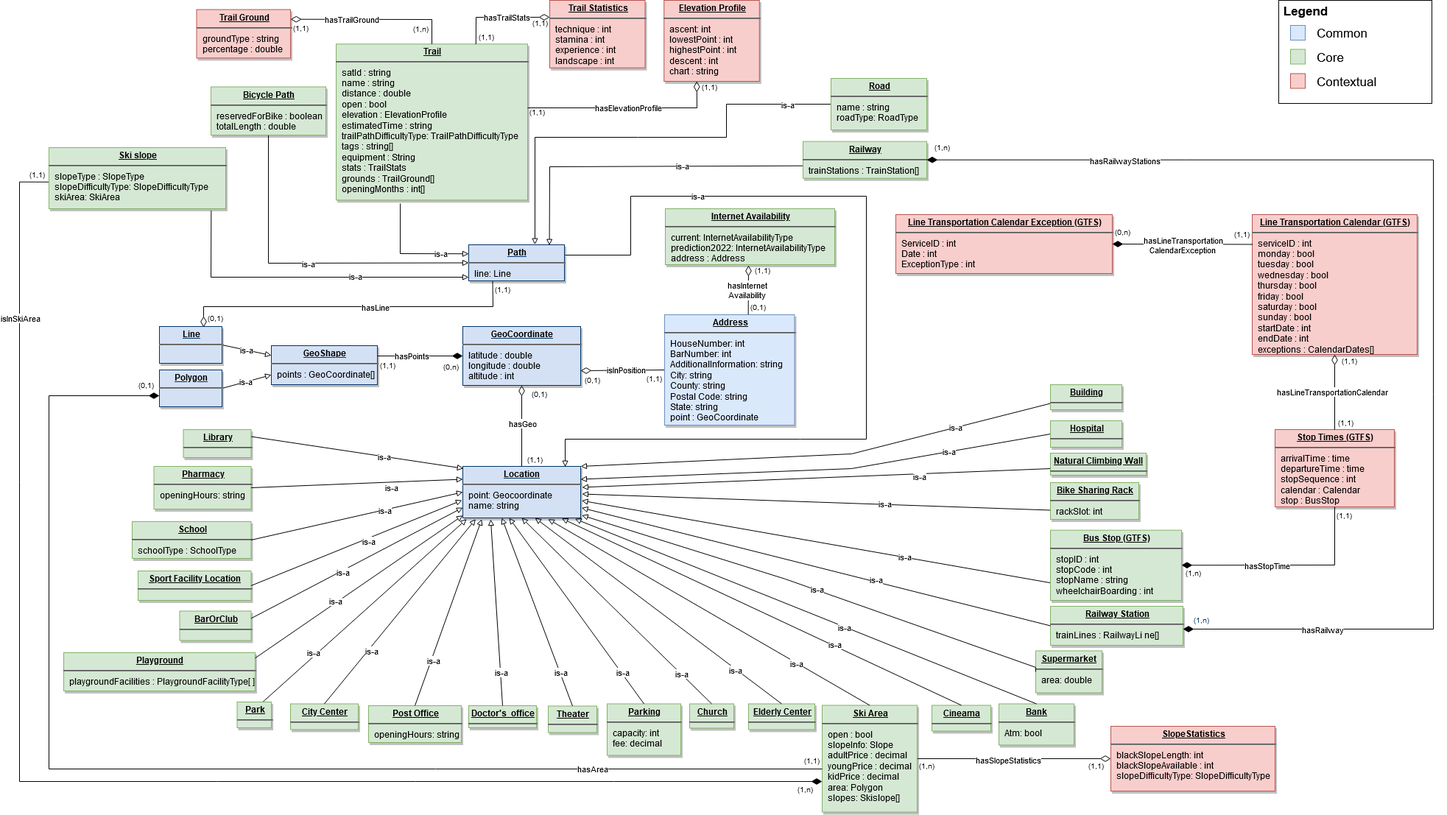
Above: documentation/project report/EER_FormalPhase.png in UNITN-KDI-2020/GeoSpatial-Domain-project (draw.io), before the change. Source tidied: cells renumbered, new cells last; positions are measured from the earlier drawing's top-left corner, leaving out a move shared by most shapes.
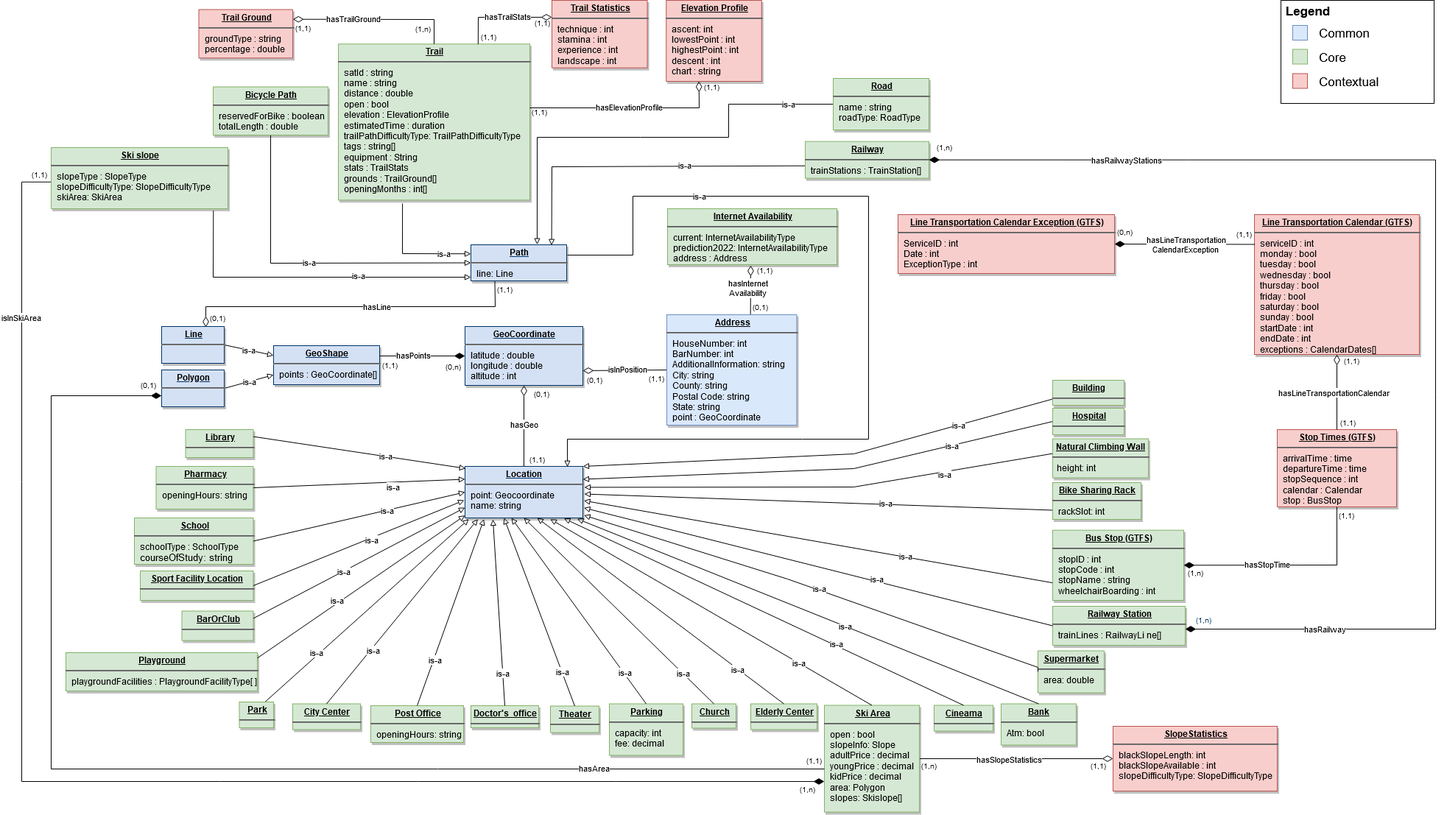
After the change.

The edit, as a diff of the source:
```diff
@@ -53,8 +53,8 @@
     <mxCell id="14" value="&lt;p style=&quot;margin: 0px ; margin-top: 4px ; text-align: center ; text-decoration: underline&quot;&gt;&lt;b&gt;Pharmacy&lt;/b&gt;&lt;/p&gt;&lt;hr&gt;&lt;p style=&quot;margin: 0px ; margin-left: 8px&quot;&gt;openingHours: string&lt;/p&gt;" style="verticalAlign=top;align=left;overflow=fill;fontSize=12;fontFamily=Helvetica;html=1;strokeColor=#82b366;shadow=1;fillColor=#d5e8d4;" parent="1" vertex="1">
       <mxGeometry x="182.5" y="633" width="132" height="58" as="geometry" />
     </mxCell>
-    <mxCell id="15" value="&lt;p style=&quot;margin: 0px ; margin-top: 4px ; text-align: center ; text-decoration: underline&quot;&gt;&lt;b&gt;School&lt;/b&gt;&lt;/p&gt;&lt;hr&gt;&lt;p style=&quot;margin: 0px ; margin-left: 8px&quot;&gt;schoolType : SchoolType&lt;/p&gt;" style="verticalAlign=top;align=left;overflow=fill;fontSize=12;fontFamily=Helvetica;html=1;strokeColor=#82b366;shadow=1;fillColor=#d5e8d4;" parent="1" vertex="1">
-      <mxGeometry x="153" y="708" width="161.5" height="50" as="geometry" />
+    <mxCell id="15" value="&lt;p style=&quot;margin: 0px ; margin-top: 4px ; text-align: center ; text-decoration: underline&quot;&gt;&lt;b&gt;School&lt;/b&gt;&lt;/p&gt;&lt;hr&gt;&lt;p style=&quot;margin: 0px ; margin-left: 8px&quot;&gt;schoolType : SchoolType&lt;/p&gt;&lt;p style=&quot;margin: 0px ; margin-left: 8px&quot;&gt;&lt;span style=&quot;font-size: 13px ; color: #000000 ; font-weight: normal ; text-decoration: none ; font-family: &amp;#34;arial&amp;#34; ; font-style: normal&quot;&gt;courseOfStudy: string&lt;br&gt;&lt;/span&gt;&lt;/p&gt;" style="verticalAlign=top;align=left;overflow=fill;fontSize=12;fontFamily=Helvetica;html=1;strokeColor=#82b366;shadow=1;fillColor=#d5e8d4;" parent="1" vertex="1">
+      <mxGeometry x="153" y="703" width="161.5" height="63" as="geometry" />
     </mxCell>
     <mxCell id="16" value="&lt;p style=&quot;margin: 0px ; margin-top: 4px ; text-align: center ; text-decoration: underline&quot;&gt;&lt;b&gt;Sport Facility Location&lt;br&gt;&lt;/b&gt;&lt;/p&gt;&lt;hr&gt;&lt;p style=&quot;margin: 0px ; margin-left: 8px&quot;&gt;&lt;br&gt;&lt;/p&gt;" style="verticalAlign=top;align=left;overflow=fill;fontSize=12;fontFamily=Helvetica;html=1;strokeColor=#82b366;shadow=1;fillColor=#d5e8d4;" parent="1" vertex="1">
       <mxGeometry x="161" y="775" width="153.5" height="40" as="geometry" />
@@ -70,7 +70,7 @@
       </mxGeometry>
     </mxCell>
     <mxCell id="19" value="&lt;p style=&quot;margin: 0px ; margin-top: 4px ; text-align: center ; text-decoration: underline&quot;&gt;&lt;b&gt;Hospital&lt;/b&gt;&lt;/p&gt;&lt;hr&gt;" style="verticalAlign=top;align=left;overflow=fill;fontSize=12;fontFamily=Helvetica;html=1;strokeColor=#82b366;shadow=1;fillColor=#d5e8d4;" parent="1" vertex="1">
-      <mxGeometry x="1400" y="571" width="97" height="36" as="geometry" />
+      <mxGeometry x="1400" y="554" width="97" height="36" as="geometry" />
     </mxCell>
     <mxCell id="20" value="&lt;p style=&quot;margin: 0px ; margin-top: 4px ; text-align: center ; text-decoration: underline&quot;&gt;&lt;b&gt;Playground&lt;/b&gt;&lt;/p&gt;&lt;hr&gt;&lt;p style=&quot;margin: 0px ; margin-left: 8px&quot;&gt;playgroundFacilities : PlaygroundFacilityType[ ]&lt;/p&gt;" style="verticalAlign=top;align=left;overflow=fill;fontSize=12;fontFamily=Helvetica;html=1;strokeColor=#82b366;shadow=1;fillColor=#d5e8d4;" parent="1" vertex="1">
       <mxGeometry x="60" y="886" width="260" height="52" as="geometry" />
@@ -95,7 +95,7 @@
         </Array>
       </mxGeometry>
     </mxCell>
-    <mxCell id="25" value="&lt;p style=&quot;margin: 0px ; margin-top: 4px ; text-align: center ; text-decoration: underline&quot;&gt;&lt;b&gt;Trail &lt;br&gt;&lt;/b&gt;&lt;/p&gt;&lt;hr&gt;&lt;p style=&quot;margin: 0px ; margin-left: 8px&quot;&gt;satId : string&lt;/p&gt;&lt;p style=&quot;margin: 0px ; margin-left: 8px&quot;&gt;name : string&lt;/p&gt;&lt;p style=&quot;margin: 0px ; margin-left: 8px&quot;&gt;distance : double&lt;/p&gt;&lt;p style=&quot;margin: 0px ; margin-left: 8px&quot;&gt;open : bool&lt;/p&gt;&lt;p style=&quot;margin: 0px ; margin-left: 8px&quot;&gt;elevation : ElevationProfile&lt;/p&gt;&lt;p style=&quot;margin: 0px ; margin-left: 8px&quot;&gt;estimatedTime : string&lt;br&gt;&lt;/p&gt;&lt;p style=&quot;margin: 0px ; margin-left: 8px&quot;&gt;trailPathDifficultyType: TrailPathDifficultyType&lt;br&gt;&lt;/p&gt;&lt;p style=&quot;margin: 0px ; margin-left: 8px&quot;&gt;tags : string[]&lt;/p&gt;&lt;p style=&quot;margin: 0px ; margin-left: 8px&quot;&gt;equipment : String&lt;/p&gt;&lt;p style=&quot;margin: 0px ; margin-left: 8px&quot;&gt;stats : TrailStats&lt;/p&gt;&lt;p style=&quot;margin: 0px ; margin-left: 8px&quot;&gt;grounds : TrailGround[]&lt;/p&gt;&lt;p style=&quot;margin: 0px ; margin-left: 8px&quot;&gt;openingMonths : int[]&lt;/p&gt;" style="verticalAlign=top;align=left;overflow=fill;fontSize=12;fontFamily=Helvetica;html=1;strokeColor=#82b366;shadow=1;fillColor=#d5e8d4;" parent="1" vertex="1">
+    <mxCell id="25" value="&lt;p style=&quot;margin: 0px ; margin-top: 4px ; text-align: center ; text-decoration: underline&quot;&gt;&lt;b&gt;Trail &lt;br&gt;&lt;/b&gt;&lt;/p&gt;&lt;hr&gt;&lt;p style=&quot;margin: 0px ; margin-left: 8px&quot;&gt;satId : string&lt;/p&gt;&lt;p style=&quot;margin: 0px ; margin-left: 8px&quot;&gt;name : string&lt;/p&gt;&lt;p style=&quot;margin: 0px ; margin-left: 8px&quot;&gt;distance : double&lt;/p&gt;&lt;p style=&quot;margin: 0px ; margin-left: 8px&quot;&gt;open : bool&lt;/p&gt;&lt;p style=&quot;margin: 0px ; margin-left: 8px&quot;&gt;elevation : ElevationProfile&lt;/p&gt;&lt;p style=&quot;margin: 0px ; margin-left: 8px&quot;&gt;estimatedTime : duration&lt;br&gt;&lt;/p&gt;&lt;p style=&quot;margin: 0px ; margin-left: 8px&quot;&gt;trailPathDifficultyType: TrailPathDifficultyType&lt;br&gt;&lt;/p&gt;&lt;p style=&quot;margin: 0px ; margin-left: 8px&quot;&gt;tags : string[]&lt;/p&gt;&lt;p style=&quot;margin: 0px ; margin-left: 8px&quot;&gt;equipment : String&lt;/p&gt;&lt;p style=&quot;margin: 0px ; margin-left: 8px&quot;&gt;stats : TrailStats&lt;/p&gt;&lt;p style=&quot;margin: 0px ; margin-left: 8px&quot;&gt;grounds : TrailGround[]&lt;/p&gt;&lt;p style=&quot;margin: 0px ; margin-left: 8px&quot;&gt;openingMonths : int[]&lt;/p&gt;" style="verticalAlign=top;align=left;overflow=fill;fontSize=12;fontFamily=Helvetica;html=1;strokeColor=#82b366;shadow=1;fillColor=#d5e8d4;" parent="1" vertex="1">
       <mxGeometry x="430" y="59.3" width="260" height="212" as="geometry" />
     </mxCell>
     <mxCell id="26" value="&lt;p style=&quot;margin: 0px ; margin-top: 4px ; text-align: center ; text-decoration: underline&quot;&gt;&lt;b&gt;City Center&lt;/b&gt;&lt;/p&gt;&lt;hr&gt;&lt;p style=&quot;margin: 0px ; margin-left: 8px&quot;&gt;&lt;br&gt;&lt;/p&gt;" style="verticalAlign=top;align=left;overflow=fill;fontSize=12;fontFamily=Helvetica;html=1;strokeColor=#82b366;shadow=1;fillColor=#d5e8d4;" parent="1" vertex="1">
@@ -221,17 +221,17 @@
     <mxCell id="56" style="edgeStyle=none;rounded=0;jettySize=auto;html=1;exitX=0.002;exitY=0.378;exitDx=0;exitDy=0;endArrow=block;endFill=0;exitPerimeter=0;entryX=1.012;entryY=0.406;entryDx=0;entryDy=0;entryPerimeter=0;" parent="1" edge="1" source="58" target="11">
       <mxGeometry relative="1" as="geometry">
         <Array as="points">
-          <mxPoint x="1400" y="636" />
+          <mxPoint x="1130" y="661" />
         </Array>
       </mxGeometry>
     </mxCell>
     <mxCell id="57" value="is-a" style="edgeLabel;html=1;align=center;verticalAlign=middle;" parent="56" vertex="1">
       <mxGeometry x="-0.28" y="-2" relative="1" as="geometry">
-        <mxPoint x="44" y="2" as="offset" />
+        <mxPoint x="80.9" y="-8.9" as="offset" />
       </mxGeometry>
     </mxCell>
-    <mxCell id="58" value="&lt;p style=&quot;margin: 0px ; margin-top: 4px ; text-align: center ; text-decoration: underline&quot;&gt;&lt;b&gt;&lt;u&gt;Natural Climbing Wall&lt;br&gt;&lt;/u&gt;&lt;/b&gt;&lt;/p&gt;&lt;hr&gt;&lt;p style=&quot;margin: 0px ; margin-left: 8px&quot;&gt;&lt;br&gt;&lt;/p&gt;" style="verticalAlign=top;align=left;overflow=fill;fontSize=12;fontFamily=Helvetica;html=1;strokeColor=#82b366;shadow=1;fillColor=#d5e8d4;" parent="1" vertex="1">
-      <mxGeometry x="1400" y="615" width="130" height="30" as="geometry" />
+    <mxCell id="58" value="&lt;p style=&quot;margin: 0px ; margin-top: 4px ; text-align: center ; text-decoration: underline&quot;&gt;&lt;b&gt;&lt;u&gt;Natural Climbing Wall&lt;br&gt;&lt;/u&gt;&lt;/b&gt;&lt;/p&gt;&lt;hr&gt;&amp;nbsp; height: int" style="verticalAlign=top;align=left;overflow=fill;fontSize=12;fontFamily=Helvetica;html=1;strokeColor=#82b366;shadow=1;fillColor=#d5e8d4;" parent="1" vertex="1">
+      <mxGeometry x="1400" y="595.5" width="130" height="53" as="geometry" />
     </mxCell>
     <mxCell id="59" value="&lt;p style=&quot;margin: 0px ; margin-top: 4px ; text-align: center ; text-decoration: underline&quot;&gt;&lt;b&gt;&lt;u&gt;Parking &lt;br&gt;&lt;/u&gt;&lt;/b&gt;&lt;/p&gt;&lt;hr&gt;&lt;p style=&quot;margin: 0px ; margin-left: 8px&quot;&gt;capacity: int&lt;/p&gt;&lt;p style=&quot;margin: 0px ; margin-left: 8px&quot;&gt;fee: decimal&lt;/p&gt;" style="verticalAlign=top;align=left;overflow=fill;fontSize=12;fontFamily=Helvetica;html=1;strokeColor=#82b366;shadow=1;fillColor=#d5e8d4;" parent="1" vertex="1">
       <mxGeometry x="798" y="955.5" width="100" height="70" as="geometry" />
@@ -617,7 +617,7 @@
       </mxGeometry>
     </mxCell>
     <mxCell id="155" value="&lt;p style=&quot;margin: 0px ; margin-top: 4px ; text-align: center ; text-decoration: underline&quot;&gt;&lt;b&gt;Building&lt;/b&gt;&lt;/p&gt;&lt;hr&gt;&lt;p style=&quot;margin: 0px 0px 0px 8px&quot;&gt;&lt;br&gt;&lt;/p&gt;" style="verticalAlign=top;align=left;overflow=fill;fontSize=12;fontFamily=Helvetica;html=1;strokeColor=#82b366;shadow=1;fillColor=#d5e8d4;" parent="1" vertex="1">
-      <mxGeometry x="1400" y="522" width="97" height="34" as="geometry" />
+      <mxGeometry x="1400" y="516" width="97" height="34" as="geometry" />
     </mxCell>
     <mxCell id="156" value="is-a" style="edgeStyle=none;rounded=0;jettySize=auto;html=1;exitX=0.75;exitY=0;exitDx=0;exitDy=0;startSize=6;endArrow=block;endFill=0;endSize=6;entryX=0.032;entryY=1.024;entryDx=0;entryDy=0;entryPerimeter=0;" parent="1" edge="1" source="157" target="11">
       <mxGeometry x="-0.48" y="3" relative="1" as="geometry">
```
